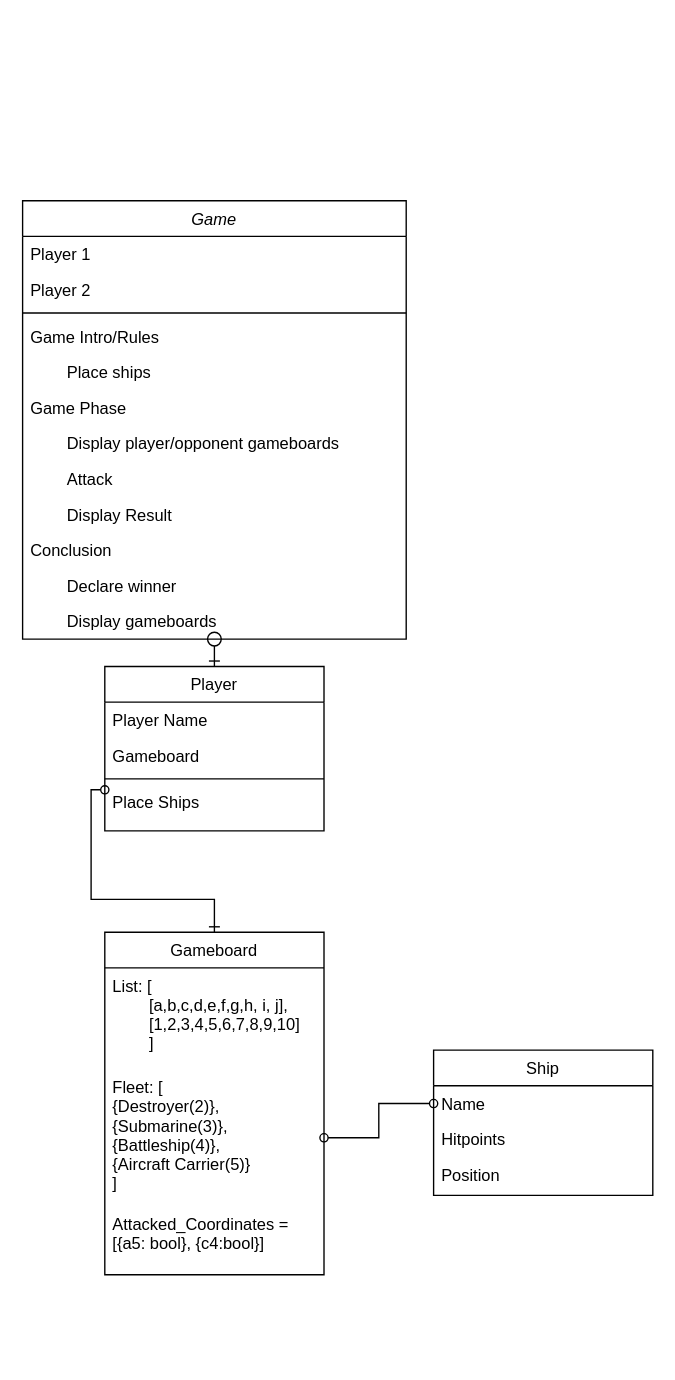
Before: Untitled Diagram.drawio in aamrlyman/Battleship-Second-Try, a draw.io diagram. Source tidied: cells renumbered, new cells numbered last; positions are measured from the earlier drawing's top-left corner, leaving out a move shared by most shapes. Both pictures are drawn from the tidied source at 137%, with x=0, y=0 at pixel (22, 200).
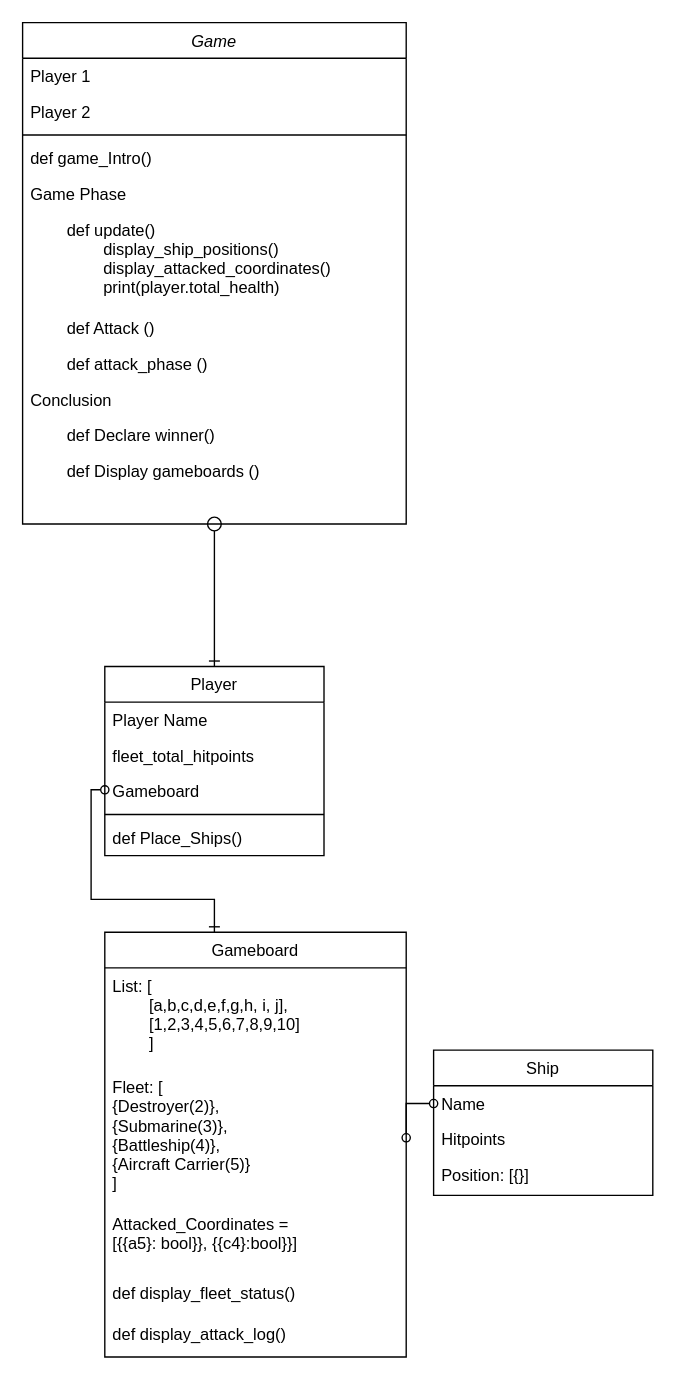
Above is the later version.

Unchanged cells that the change refers to:
```xml
<mxCell id="21" value="Ship" style="swimlane;fontStyle=0;align=center;verticalAlign=top;horizontal=1;startSize=26;rounded=0;shadow=0;strokeWidth=1;" parent="1" vertex="1">
  <mxGeometry x="300" y="620" width="160" height="106" as="geometry" />
</mxCell>
```

The edit, as a diff of the source:
```diff
@@
     <mxCell id="2" value="Game" style="swimlane;fontStyle=2;align=center;verticalAlign=top;horizontal=1;startSize=26;rounded=0;shadow=0;strokeWidth=1;" parent="1" vertex="1">
-      <mxGeometry width="280" height="320" as="geometry" />
+      <mxGeometry y="-130" width="280" height="366" as="geometry" />
     </mxCell>
@@
-    <mxCell id="6" value="Game Intro/Rules                           &#10; " style="text;align=left;verticalAlign=top;spacingLeft=4;spacingRight=4;overflow=hidden;" parent="2" vertex="1">
+    <mxCell id="6" value="def game_Intro()                           &#10; " style="text;align=left;verticalAlign=top;spacingLeft=4;spacingRight=4;overflow=hidden;" parent="2" vertex="1">
       <mxGeometry y="86" width="280" height="26" as="geometry" />
     </mxCell>
-    <mxCell id="7" value="        Place ships                           &#10; " style="text;align=left;verticalAlign=top;spacingLeft=4;spacingRight=4;overflow=hidden;" parent="2" vertex="1">
-      <mxGeometry y="112" width="280" height="26" as="geometry" />
-    </mxCell>
     <mxCell id="8" value="Game Phase " style="text;align=left;verticalAlign=top;spacingLeft=4;spacingRight=4;overflow=hidden;" parent="2" vertex="1">
-      <mxGeometry y="138" width="280" height="26" as="geometry" />
+      <mxGeometry y="112" width="280" height="26" as="geometry" />
     </mxCell>
-    <mxCell id="9" value="        Display player/opponent gameboards" style="text;align=left;verticalAlign=top;spacingLeft=4;spacingRight=4;overflow=hidden;" parent="2" vertex="1">
-      <mxGeometry y="164" width="280" height="26" as="geometry" />
+    <mxCell id="9" value="        def update()&#10;                display_ship_positions()&#10;                display_attacked_coordinates()&#10;                print(player.total_health) " style="text;align=left;verticalAlign=top;spacingLeft=4;spacingRight=4;overflow=hidden;" parent="2" vertex="1">
+      <mxGeometry y="138" width="280" height="72" as="geometry" />
     </mxCell>
-    <mxCell id="10" value="        Attack" style="text;align=left;verticalAlign=top;spacingLeft=4;spacingRight=4;overflow=hidden;" parent="2" vertex="1">
-      <mxGeometry y="190" width="280" height="26" as="geometry" />
+    <mxCell id="10" value="        def Attack ()&#10;" style="text;align=left;verticalAlign=top;spacingLeft=4;spacingRight=4;overflow=hidden;" parent="2" vertex="1">
+      <mxGeometry y="210" width="280" height="26" as="geometry" />
     </mxCell>
-    <mxCell id="11" value="        Display Result" style="text;align=left;verticalAlign=top;spacingLeft=4;spacingRight=4;overflow=hidden;" parent="2" vertex="1">
-      <mxGeometry y="216" width="280" height="26" as="geometry" />
-    </mxCell>
+    <mxCell id="31" value="        def attack_phase ()&#10;" style="text;align=left;verticalAlign=top;spacingLeft=4;spacingRight=4;overflow=hidden;" parent="2" vertex="1">
+      <mxGeometry y="236" width="280" height="26" as="geometry" />
+    </mxCell>
     <mxCell id="12" value="Conclusion" style="text;align=left;verticalAlign=top;spacingLeft=4;spacingRight=4;overflow=hidden;" parent="2" vertex="1">
-      <mxGeometry y="242" width="280" height="26" as="geometry" />
+      <mxGeometry y="262" width="280" height="26" as="geometry" />
     </mxCell>
-    <mxCell id="13" value="        Declare winner    " style="text;align=left;verticalAlign=top;spacingLeft=4;spacingRight=4;overflow=hidden;" parent="2" vertex="1">
-      <mxGeometry y="268" width="280" height="26" as="geometry" />
+    <mxCell id="13" value="        def Declare winner()    " style="text;align=left;verticalAlign=top;spacingLeft=4;spacingRight=4;overflow=hidden;" parent="2" vertex="1">
+      <mxGeometry y="288" width="280" height="26" as="geometry" />
     </mxCell>
-    <mxCell id="14" value="        Display gameboards" style="text;align=left;verticalAlign=top;spacingLeft=4;spacingRight=4;overflow=hidden;" parent="2" vertex="1">
-      <mxGeometry y="294" width="280" height="26" as="geometry" />
+    <mxCell id="14" value="        def Display gameboards ()" style="text;align=left;verticalAlign=top;spacingLeft=4;spacingRight=4;overflow=hidden;" parent="2" vertex="1">
+      <mxGeometry y="314" width="280" height="26" as="geometry" />
     </mxCell>
     <mxCell id="15" value="Player" style="swimlane;fontStyle=0;align=center;verticalAlign=top;horizontal=1;startSize=26;rounded=0;shadow=0;strokeWidth=1;" parent="1" vertex="1">
-      <mxGeometry x="60" y="340" width="160" height="120" as="geometry" />
+      <mxGeometry x="60" y="340" width="160" height="138" as="geometry" />
     </mxCell>
@@
-    <mxCell id="17" value="Gameboard" style="text;align=left;verticalAlign=top;spacingLeft=4;spacingRight=4;overflow=hidden;rounded=0;shadow=0;html=0;" parent="15" vertex="1">
+    <mxCell id="17" value="fleet_total_hitpoints" style="text;align=left;verticalAlign=top;spacingLeft=4;spacingRight=4;overflow=hidden;rounded=0;shadow=0;html=0;" parent="15" vertex="1">
       <mxGeometry y="52" width="160" height="26" as="geometry" />
     </mxCell>
+    <mxCell id="32" value="Gameboard" style="text;align=left;verticalAlign=top;spacingLeft=4;spacingRight=4;overflow=hidden;rounded=0;shadow=0;html=0;" parent="15" vertex="1">
+      <mxGeometry y="78" width="160" height="26" as="geometry" />
+    </mxCell>
     <mxCell id="18" style="line;html=1;strokeWidth=1;align=left;verticalAlign=middle;spacingTop=-1;spacingLeft=3;spacingRight=3;labelPosition=right;" parent="15" vertex="1">
-      <mxGeometry y="78" width="160" height="8" as="geometry" />
+      <mxGeometry y="104" width="160" height="8" as="geometry" />
     </mxCell>
-    <mxCell id="19" value="Place Ships" style="text;align=left;verticalAlign=top;spacingLeft=4;spacingRight=4;overflow=hidden;" parent="15" vertex="1">
-      <mxGeometry y="86" width="160" height="26" as="geometry" />
+    <mxCell id="19" value="def Place_Ships()" style="text;align=left;verticalAlign=top;spacingLeft=4;spacingRight=4;overflow=hidden;" parent="15" vertex="1">
+      <mxGeometry y="112" width="160" height="26" as="geometry" />
     </mxCell>
@@
-    <mxCell id="24" value="Position" style="text;align=left;verticalAlign=top;spacingLeft=4;spacingRight=4;overflow=hidden;rounded=0;shadow=0;html=0;" parent="21" vertex="1">
+    <mxCell id="24" value="Position: [{}]" style="text;align=left;verticalAlign=top;spacingLeft=4;spacingRight=4;overflow=hidden;rounded=0;shadow=0;html=0;" parent="21" vertex="1">
       <mxGeometry y="78" width="160" height="26" as="geometry" />
     </mxCell>
@@
     <mxCell id="26" value="Gameboard" style="swimlane;fontStyle=0;align=center;verticalAlign=top;horizontal=1;startSize=26;rounded=0;shadow=0;strokeWidth=1;" parent="1" vertex="1">
-      <mxGeometry x="60" y="534" width="160" height="250" as="geometry" />
+      <mxGeometry x="60" y="534" width="220" height="310" as="geometry" />
     </mxCell>
     <mxCell id="27" value="List: [&#10;        [a,b,c,d,e,f,g,h, i, j], &#10;        [1,2,3,4,5,6,7,8,9,10]&#10;        ]&#10;" style="text;align=left;verticalAlign=top;spacingLeft=4;spacingRight=4;overflow=hidden;" parent="26" vertex="1">
-      <mxGeometry y="26" width="160" height="74" as="geometry" />
+      <mxGeometry y="26" width="220" height="74" as="geometry" />
     </mxCell>
     <mxCell id="28" value="Fleet: [&#10;{Destroyer(2)}, &#10;{Submarine(3)},&#10;{Battleship(4)},&#10;{Aircraft Carrier(5)} &#10;]" style="text;align=left;verticalAlign=top;spacingLeft=4;spacingRight=4;overflow=hidden;points=[[0,0.5],[1,0.5]];portConstraint=eastwest;" parent="26" vertex="1">
-      <mxGeometry y="100" width="160" height="100" as="geometry" />
+      <mxGeometry y="100" width="220" height="100" as="geometry" />
     </mxCell>
-    <mxCell id="29" value="Attacked_Coordinates =&#10;[{a5: bool}, {c4:bool}]" style="text;align=left;verticalAlign=top;spacingLeft=4;spacingRight=4;overflow=hidden;" parent="26" vertex="1">
-      <mxGeometry y="200" width="160" height="50" as="geometry" />
+    <mxCell id="29" value="Attacked_Coordinates =&#10;[{{a5}: bool}}, {{c4}:bool}}]" style="text;align=left;verticalAlign=top;spacingLeft=4;spacingRight=4;overflow=hidden;" parent="26" vertex="1">
+      <mxGeometry y="200" width="220" height="50" as="geometry" />
     </mxCell>
+    <mxCell id="33" value="def display_fleet_status()" style="text;align=left;verticalAlign=top;spacingLeft=4;spacingRight=4;overflow=hidden;" parent="26" vertex="1">
+      <mxGeometry y="250" width="220" height="30" as="geometry" />
+    </mxCell>
+    <mxCell id="34" value="def display_attack_log()" style="text;align=left;verticalAlign=top;spacingLeft=4;spacingRight=4;overflow=hidden;" parent="26" vertex="1">
+      <mxGeometry y="280" width="220" height="30" as="geometry" />
+    </mxCell>
```
